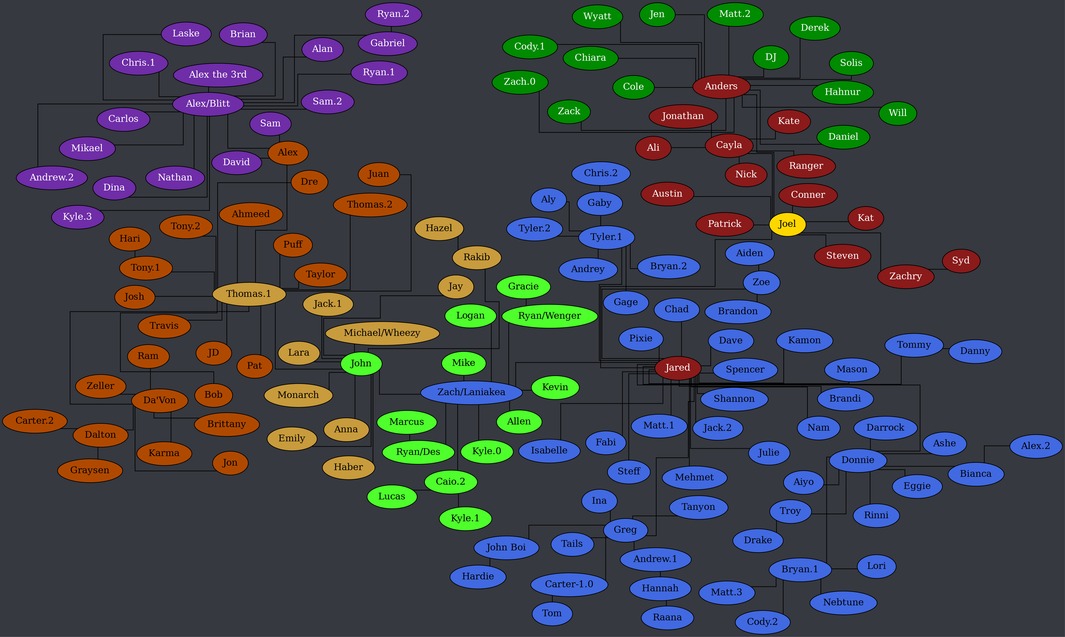
Above: tree.png in Documidas/CoronaCatzFamilyTree (Graphviz), before the change. Its source is kept beside it as tree.dot.
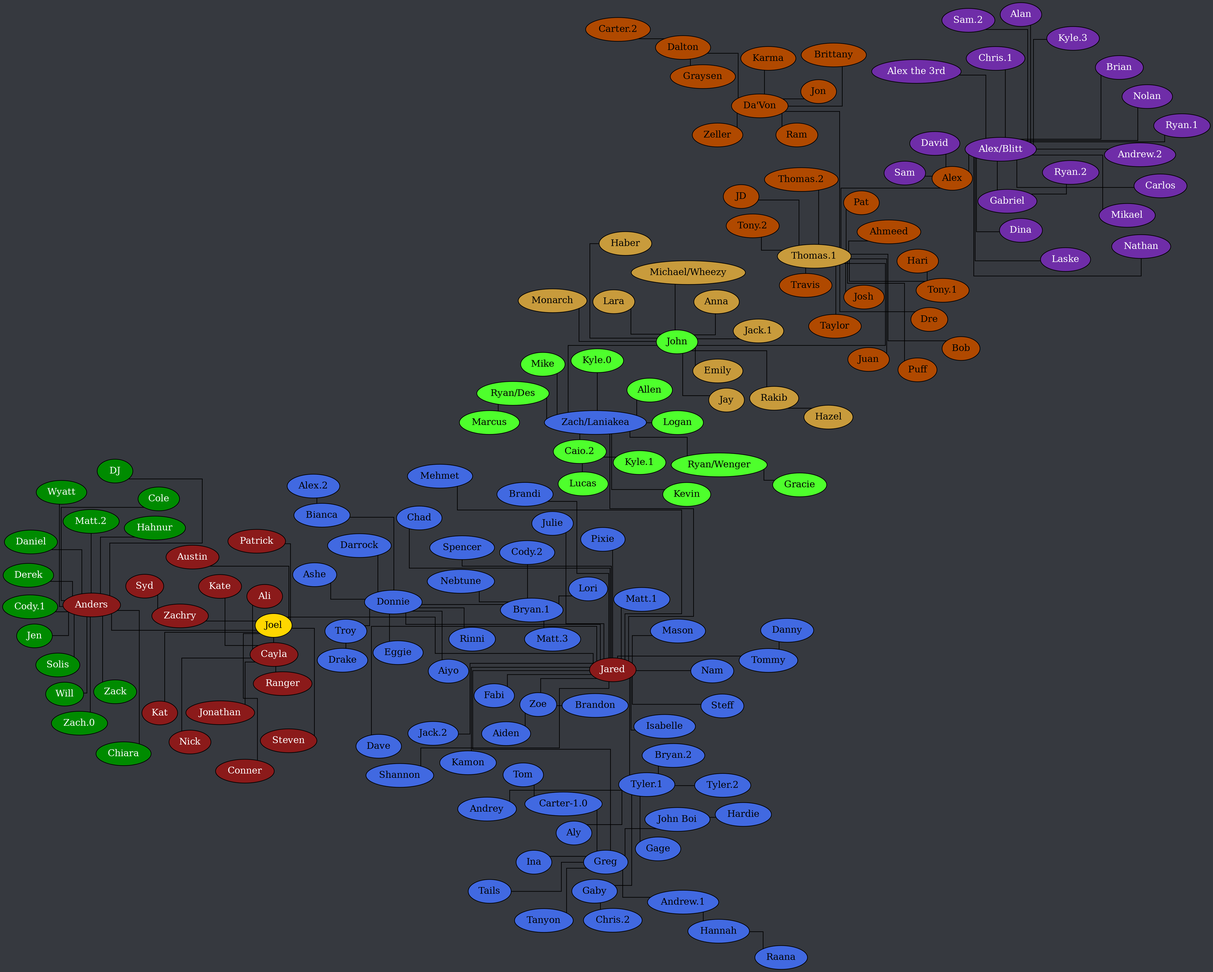
The same diagram one commit later.

Change to the diagram source:
```diff
@@ -198,6 +198,7 @@
 		"Alex/Blitt" -- Laske;
 		"Alex/Blitt" -- Mikael;
 		"Alex/Blitt" -- Nathan;
+		"Alex/Blitt" -- Nolan;
 		"Alex/Blitt" -- "Ryan.1";
 		"Alex/Blitt" -- "Sam.2";
 		Gabriel -- "Ryan.2";
```
